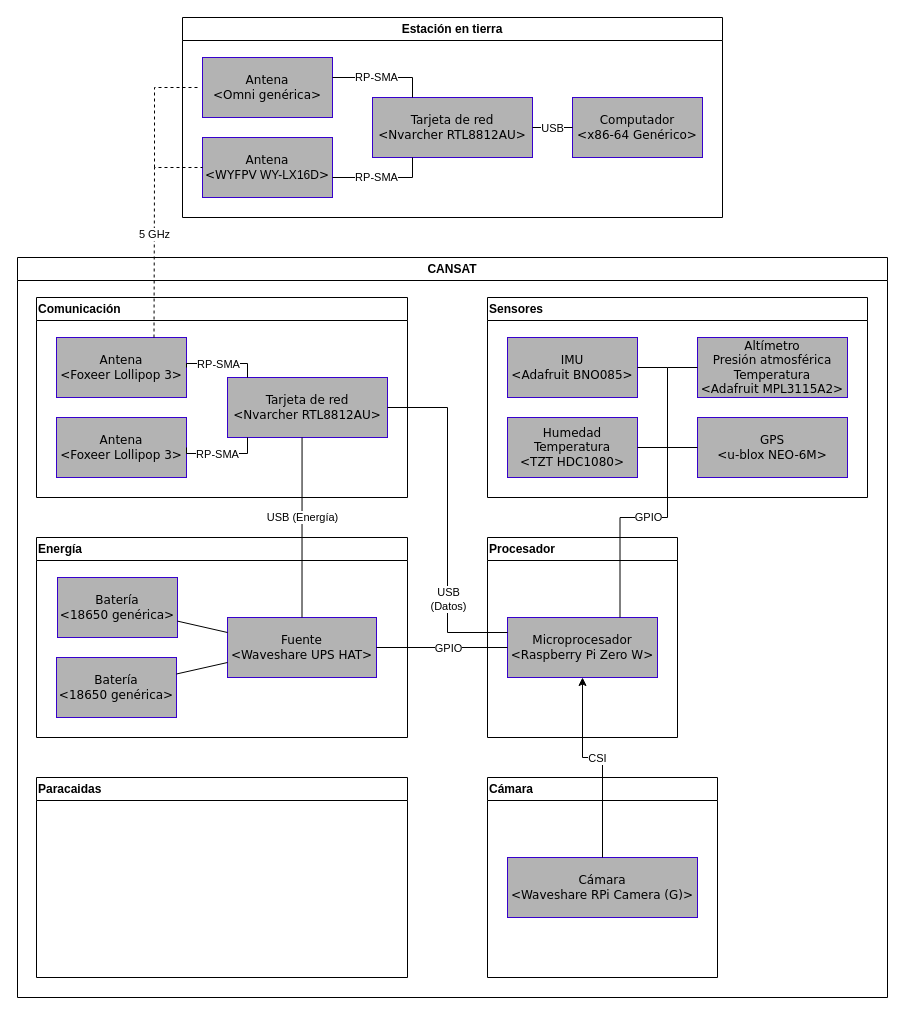
Before: diseño/rsc/hardware.drawio in gisat-udec/pillan, a draw.io diagram. Source tidied: cells renumbered, new cells numbered last; positions are measured from the earlier drawing's top-left corner, leaving out a move shared by most shapes. Both pictures are drawn from the tidied source at 100%, with x=0, y=0 at pixel (17, 17).
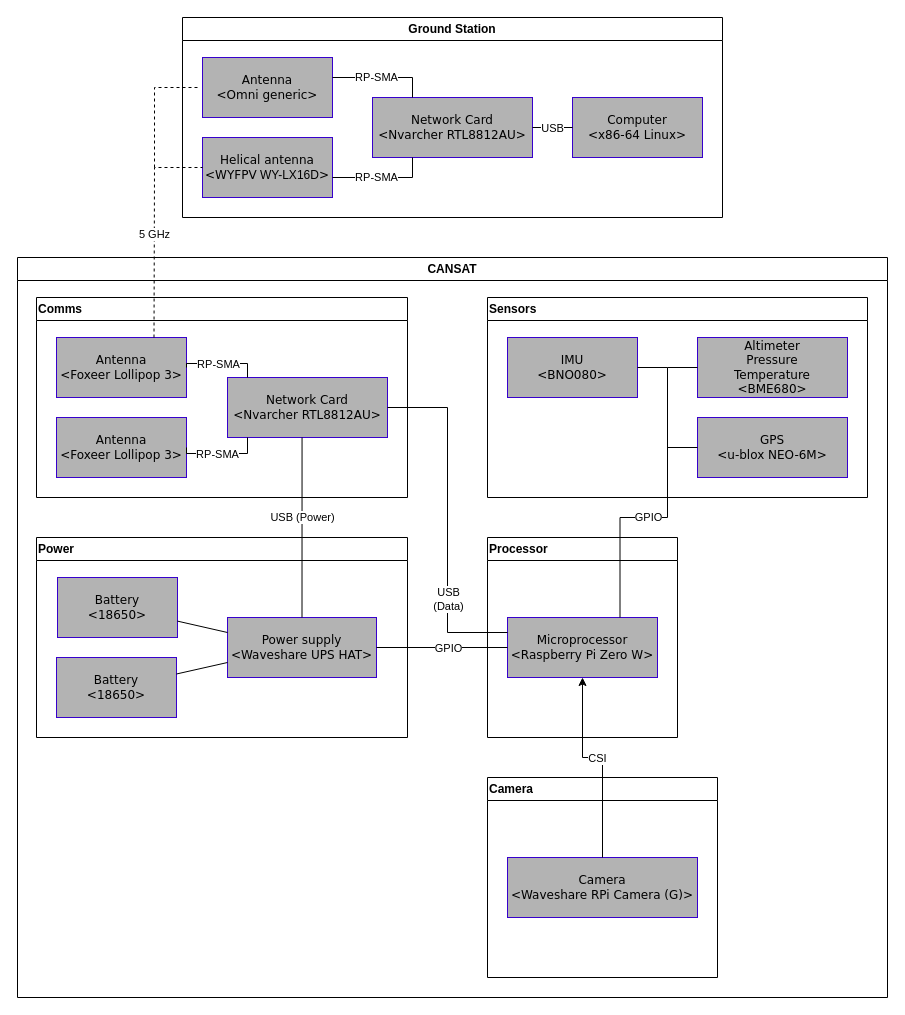
The same page after the edit.

The change refers to these unchanged cells:
```xml
<mxCell id="11" value="CANSAT" style="swimlane;whiteSpace=wrap;html=1;" parent="1" vertex="1">
  <mxGeometry y="240" width="870" height="740" as="geometry" />
</mxCell>
<mxCell id="31" style="endArrow=none;html=1;rounded=0;entryX=0;entryY=0.25;entryDx=0;entryDy=0;edgeStyle=elbowEdgeStyle;" parent="11" edge="1" source="24" target="30">
  <mxGeometry relative="1" as="geometry">
    <Array as="points">
      <mxPoint x="430" y="270" />
    </Array>
  </mxGeometry>
</mxCell>
<mxCell id="39" style="endArrow=none;html=1;rounded=0;entryX=0.466;entryY=1;entryDx=0;entryDy=0;entryPerimeter=0;" parent="11" edge="1" source="36" target="24">
  <mxGeometry relative="1" as="geometry" />
</mxCell>
```

What changed in the source:
```diff
@@
-    <mxCell id="2" value="Estación en tierra" style="swimlane;whiteSpace=wrap;html=1;" parent="1" vertex="1">
+    <mxCell id="2" value="Ground Station" style="swimlane;whiteSpace=wrap;html=1;" parent="1" vertex="1">
       <mxGeometry x="165" width="540" height="200" as="geometry" />
     </mxCell>
-    <mxCell id="3" value="&lt;font face=&quot;Verdana&quot;&gt;Computador&lt;br&gt;&amp;lt;x86-64&amp;nbsp;Genérico&amp;gt;&lt;br&gt;&lt;/font&gt;" style="rounded=0;whiteSpace=wrap;html=1;fillColor=#B3B3B3;fontColor=default;strokeColor=#3700CC;" parent="2" vertex="1">
+    <mxCell id="3" value="&lt;font face=&quot;Verdana&quot;&gt;Computer&lt;br&gt;&amp;lt;x86-64&amp;nbsp;Linux&amp;gt;&lt;br&gt;&lt;/font&gt;" style="rounded=0;whiteSpace=wrap;html=1;fillColor=#B3B3B3;fontColor=default;strokeColor=#3700CC;" parent="2" vertex="1">
       <mxGeometry x="390" y="80" width="130" height="60" as="geometry" />
     </mxCell>
-    <mxCell id="4" value="&lt;font face=&quot;Verdana&quot;&gt;Tarjeta de red&lt;br&gt;&amp;lt;Nvarcher RTL8812AU&amp;gt;&lt;/font&gt;" style="rounded=0;whiteSpace=wrap;html=1;fillColor=#B3B3B3;fontColor=default;strokeColor=#3700CC;" parent="2" vertex="1">
+    <mxCell id="4" value="&lt;font face=&quot;Verdana&quot;&gt;Network Card&lt;br&gt;&amp;lt;Nvarcher RTL8812AU&amp;gt;&lt;/font&gt;" style="rounded=0;whiteSpace=wrap;html=1;fillColor=#B3B3B3;fontColor=default;strokeColor=#3700CC;" parent="2" vertex="1">
       <mxGeometry x="190" y="80" width="160" height="60" as="geometry" />
     </mxCell>
-    <mxCell id="5" value="&lt;font face=&quot;Verdana&quot;&gt;Antena&lt;br&gt;&amp;lt;Omni genérica&amp;gt;&lt;br&gt;&lt;/font&gt;" style="rounded=0;whiteSpace=wrap;html=1;fillColor=#B3B3B3;fontColor=default;strokeColor=#3700CC;" parent="2" vertex="1">
+    <mxCell id="5" value="&lt;font face=&quot;Verdana&quot;&gt;Antenna&lt;br&gt;&amp;lt;Omni generic&amp;gt;&lt;br&gt;&lt;/font&gt;" style="rounded=0;whiteSpace=wrap;html=1;fillColor=#B3B3B3;fontColor=default;strokeColor=#3700CC;" parent="2" vertex="1">
       <mxGeometry x="20" y="40" width="130" height="60" as="geometry" />
     </mxCell>
-    <mxCell id="6" value="&lt;font face=&quot;Verdana&quot;&gt;Antena&lt;br&gt;&amp;lt;WYFPV&lt;/font&gt; WY-LX16D&lt;font face=&quot;Verdana&quot;&gt;&amp;gt;&lt;br&gt;&lt;/font&gt;" style="rounded=0;whiteSpace=wrap;html=1;fillColor=#B3B3B3;fontColor=default;strokeColor=#3700CC;" parent="2" vertex="1">
+    <mxCell id="6" value="&lt;font face=&quot;Verdana&quot;&gt;Helical antenna&lt;br&gt;&amp;lt;WYFPV&lt;/font&gt; WY-LX16D&lt;font face=&quot;Verdana&quot;&gt;&amp;gt;&lt;br&gt;&lt;/font&gt;" style="rounded=0;whiteSpace=wrap;html=1;fillColor=#B3B3B3;fontColor=default;strokeColor=#3700CC;" parent="2" vertex="1">
       <mxGeometry x="20" y="120" width="130" height="60" as="geometry" />
     </mxCell>
@@
-    <mxCell id="12" value="Sensores" style="swimlane;whiteSpace=wrap;html=1;align=left;" parent="11" vertex="1">
+    <mxCell id="12" value="Sensors" style="swimlane;whiteSpace=wrap;html=1;align=left;" parent="11" vertex="1">
       <mxGeometry x="470" y="40" width="380" height="200" as="geometry" />
     </mxCell>
-    <mxCell id="13" value="&lt;font face=&quot;Verdana&quot;&gt;IMU&lt;br&gt;&amp;lt;Adafruit BNO085&amp;gt;&lt;br&gt;&lt;/font&gt;" style="rounded=0;whiteSpace=wrap;html=1;fillColor=#B3B3B3;fontColor=default;strokeColor=#3700CC;" parent="12" vertex="1">
+    <mxCell id="13" value="&lt;font face=&quot;Verdana&quot;&gt;IMU&lt;br&gt;&amp;lt;BNO080&amp;gt;&lt;br&gt;&lt;/font&gt;" style="rounded=0;whiteSpace=wrap;html=1;fillColor=#B3B3B3;fontColor=default;strokeColor=#3700CC;" parent="12" vertex="1">
       <mxGeometry x="20" y="40" width="130" height="60" as="geometry" />
     </mxCell>
-    <mxCell id="14" value="&lt;font face=&quot;Verdana&quot;&gt;Humedad&lt;br&gt;Temperatura&lt;br&gt;&amp;lt;TZT HDC1080&amp;gt;&lt;br&gt;&lt;/font&gt;" style="rounded=0;whiteSpace=wrap;html=1;fillColor=#B3B3B3;fontColor=default;strokeColor=#3700CC;" parent="12" vertex="1">
-      <mxGeometry x="20" y="120" width="130" height="60" as="geometry" />
-    </mxCell>
-    <mxCell id="15" value="&lt;div style=&quot;&quot;&gt;&lt;span style=&quot;font-family: Verdana; background-color: initial;&quot;&gt;Altímetro&lt;/span&gt;&lt;/div&gt;&lt;font face=&quot;Verdana&quot;&gt;&lt;div style=&quot;&quot;&gt;&lt;span style=&quot;background-color: initial;&quot;&gt;Presión atmosférica&lt;/span&gt;&lt;/div&gt;&lt;div style=&quot;&quot;&gt;&lt;span style=&quot;background-color: initial;&quot;&gt;Temperatura&lt;/span&gt;&lt;/div&gt;&lt;div style=&quot;&quot;&gt;&amp;lt;Adafruit MPL3115A2&amp;gt;&lt;/div&gt;&lt;/font&gt;" style="rounded=0;whiteSpace=wrap;html=1;fillColor=#B3B3B3;fontColor=default;strokeColor=#3700CC;align=center;" parent="12" vertex="1">
+    <mxCell id="15" value="&lt;div style=&quot;&quot;&gt;&lt;font face=&quot;Verdana&quot;&gt;Altimeter&lt;/font&gt;&lt;/div&gt;&lt;div style=&quot;&quot;&gt;&lt;font face=&quot;Verdana&quot;&gt;Pressure&lt;/font&gt;&lt;/div&gt;&lt;div style=&quot;&quot;&gt;&lt;font face=&quot;Verdana&quot;&gt;Temperature&lt;/font&gt;&lt;/div&gt;&lt;font face=&quot;Verdana&quot;&gt;&lt;div style=&quot;&quot;&gt;&amp;lt;BME680&amp;gt;&lt;/div&gt;&lt;/font&gt;" style="rounded=0;whiteSpace=wrap;html=1;fillColor=#B3B3B3;fontColor=default;strokeColor=#3700CC;align=center;" parent="12" vertex="1">
       <mxGeometry x="210" y="40" width="150" height="60" as="geometry" />
     </mxCell>
@@
-    <mxCell id="17" style="endArrow=none;html=1;rounded=0;" parent="12" edge="1" source="14">
-      <mxGeometry relative="1" as="geometry">
-        <mxPoint x="180" y="150" as="targetPoint" />
-      </mxGeometry>
-    </mxCell>
@@
-    <mxCell id="21" value="Comunicación" style="swimlane;whiteSpace=wrap;html=1;align=left;" parent="11" vertex="1">
+    <mxCell id="21" value="Comms" style="swimlane;whiteSpace=wrap;html=1;align=left;" parent="11" vertex="1">
       <mxGeometry x="19" y="40" width="371" height="200" as="geometry" />
     </mxCell>
-    <mxCell id="22" value="&lt;font face=&quot;Verdana&quot;&gt;Antena&lt;br&gt;&amp;lt;Foxeer Lollipop 3&amp;gt;&lt;br&gt;&lt;/font&gt;" style="rounded=0;whiteSpace=wrap;html=1;fillColor=#B3B3B3;fontColor=default;strokeColor=#3700CC;" parent="21" vertex="1">
+    <mxCell id="22" value="&lt;font face=&quot;Verdana&quot;&gt;Antenna&lt;br&gt;&amp;lt;Foxeer Lollipop 3&amp;gt;&lt;br&gt;&lt;/font&gt;" style="rounded=0;whiteSpace=wrap;html=1;fillColor=#B3B3B3;fontColor=default;strokeColor=#3700CC;" parent="21" vertex="1">
       <mxGeometry x="20" y="40" width="130" height="60" as="geometry" />
     </mxCell>
-    <mxCell id="23" value="&lt;font face=&quot;Verdana&quot;&gt;Antena&lt;br&gt;&amp;lt;Foxeer Lollipop 3&amp;gt;&lt;br&gt;&lt;/font&gt;" style="rounded=0;whiteSpace=wrap;html=1;fillColor=#B3B3B3;fontColor=default;strokeColor=#3700CC;" parent="21" vertex="1">
+    <mxCell id="23" value="&lt;font face=&quot;Verdana&quot;&gt;Antenna&lt;br&gt;&amp;lt;Foxeer Lollipop 3&amp;gt;&lt;br&gt;&lt;/font&gt;" style="rounded=0;whiteSpace=wrap;html=1;fillColor=#B3B3B3;fontColor=default;strokeColor=#3700CC;" parent="21" vertex="1">
       <mxGeometry x="20" y="120" width="130" height="60" as="geometry" />
     </mxCell>
-    <mxCell id="24" value="&lt;font face=&quot;Verdana&quot;&gt;Tarjeta de red&lt;br&gt;&amp;lt;Nvarcher RTL8812AU&amp;gt;&lt;/font&gt;" style="rounded=0;whiteSpace=wrap;html=1;fillColor=#B3B3B3;fontColor=default;strokeColor=#3700CC;" parent="21" vertex="1">
+    <mxCell id="24" value="&lt;font face=&quot;Verdana&quot;&gt;Network Card&lt;br&gt;&amp;lt;Nvarcher RTL8812AU&amp;gt;&lt;/font&gt;" style="rounded=0;whiteSpace=wrap;html=1;fillColor=#B3B3B3;fontColor=default;strokeColor=#3700CC;" parent="21" vertex="1">
       <mxGeometry x="191" y="80" width="160" height="60" as="geometry" />
     </mxCell>
@@
-    <mxCell id="29" value="Procesador" style="swimlane;whiteSpace=wrap;html=1;align=left;" parent="11" vertex="1">
+    <mxCell id="29" value="Processor" style="swimlane;whiteSpace=wrap;html=1;align=left;" parent="11" vertex="1">
       <mxGeometry x="470" y="280" width="190" height="200" as="geometry" />
     </mxCell>
-    <mxCell id="30" value="&lt;font face=&quot;Verdana&quot;&gt;Microprocesador&lt;br&gt;&amp;lt;Raspberry Pi Zero W&amp;gt;&lt;br&gt;&lt;/font&gt;" style="rounded=0;whiteSpace=wrap;html=1;fillColor=#B3B3B3;fontColor=default;strokeColor=#3700CC;" parent="29" vertex="1">
+    <mxCell id="30" value="&lt;font face=&quot;Verdana&quot;&gt;Microprocessor&lt;br&gt;&amp;lt;Raspberry Pi Zero W&amp;gt;&lt;br&gt;&lt;/font&gt;" style="rounded=0;whiteSpace=wrap;html=1;fillColor=#B3B3B3;fontColor=default;strokeColor=#3700CC;" parent="29" vertex="1">
       <mxGeometry x="20" y="80" width="150" height="60" as="geometry" />
     </mxCell>
@@
-    <mxCell id="32" value="USB&lt;br&gt;(Datos)" style="edgeLabel;html=1;align=center;verticalAlign=middle;" parent="31" vertex="1">
+    <mxCell id="32" value="USB&lt;br&gt;(Data)" style="edgeLabel;html=1;align=center;verticalAlign=middle;" parent="31" vertex="1">
       <mxGeometry x="0.29" relative="1" as="geometry">
         <mxPoint y="28" as="offset" />
       </mxGeometry>
     </mxCell>
-    <mxCell id="33" value="Energía" style="swimlane;whiteSpace=wrap;html=1;startSize=23;align=left;" parent="11" vertex="1">
+    <mxCell id="33" value="Power" style="swimlane;whiteSpace=wrap;html=1;startSize=23;align=left;" parent="11" vertex="1">
       <mxGeometry x="19" y="280" width="371" height="200" as="geometry" />
     </mxCell>
-    <mxCell id="34" value="&lt;font face=&quot;Verdana&quot;&gt;Batería&lt;br&gt;&amp;lt;18650 genérica&amp;gt;&lt;br&gt;&lt;/font&gt;" style="rounded=0;whiteSpace=wrap;html=1;fillColor=#B3B3B3;fontColor=default;strokeColor=#3700CC;" parent="33" vertex="1">
+    <mxCell id="34" value="&lt;font face=&quot;Verdana&quot;&gt;Battery&lt;br&gt;&amp;lt;18650&amp;gt;&lt;br&gt;&lt;/font&gt;" style="rounded=0;whiteSpace=wrap;html=1;fillColor=#B3B3B3;fontColor=default;strokeColor=#3700CC;" parent="33" vertex="1">
       <mxGeometry x="21" y="40" width="120" height="60" as="geometry" />
     </mxCell>
-    <mxCell id="35" value="&lt;font face=&quot;Verdana&quot;&gt;Batería&lt;br&gt;&amp;lt;18650 genérica&amp;gt;&lt;br&gt;&lt;/font&gt;" style="rounded=0;whiteSpace=wrap;html=1;fillColor=#B3B3B3;fontColor=default;strokeColor=#3700CC;" parent="33" vertex="1">
+    <mxCell id="35" value="&lt;font face=&quot;Verdana&quot;&gt;Battery&lt;br&gt;&amp;lt;18650&amp;gt;&lt;br&gt;&lt;/font&gt;" style="rounded=0;whiteSpace=wrap;html=1;fillColor=#B3B3B3;fontColor=default;strokeColor=#3700CC;" parent="33" vertex="1">
       <mxGeometry x="20" y="120" width="120" height="60" as="geometry" />
     </mxCell>
-    <mxCell id="36" value="&lt;font face=&quot;Verdana&quot;&gt;Fuente&lt;br&gt;&amp;lt;Waveshare UPS HAT&amp;gt;&lt;br&gt;&lt;/font&gt;" style="rounded=0;whiteSpace=wrap;html=1;fillColor=#B3B3B3;fontColor=default;strokeColor=#3700CC;" parent="33" vertex="1">
+    <mxCell id="36" value="&lt;font face=&quot;Verdana&quot;&gt;Power supply&lt;br&gt;&amp;lt;Waveshare UPS HAT&amp;gt;&lt;br&gt;&lt;/font&gt;" style="rounded=0;whiteSpace=wrap;html=1;fillColor=#B3B3B3;fontColor=default;strokeColor=#3700CC;" parent="33" vertex="1">
       <mxGeometry x="191" y="80" width="149" height="60" as="geometry" />
     </mxCell>
@@
-    <mxCell id="40" value="USB (Energía)" style="edgeLabel;html=1;align=center;verticalAlign=middle;" parent="39" vertex="1">
+    <mxCell id="40" value="USB (Power)" style="edgeLabel;html=1;align=center;verticalAlign=middle;" parent="39" vertex="1">
       <mxGeometry x="0.13" y="1" relative="1" as="geometry">
         <mxPoint x="1" y="2" as="offset" />
       </mxGeometry>
     </mxCell>
@@
-    <mxCell id="45" value="Paracaidas" style="swimlane;whiteSpace=wrap;html=1;align=left;" parent="11" vertex="1">
-      <mxGeometry x="19" y="520" width="371" height="200" as="geometry" />
-    </mxCell>
-    <mxCell id="46" value="Cámara" style="swimlane;whiteSpace=wrap;html=1;startSize=23;align=left;" parent="11" vertex="1">
+    <mxCell id="46" value="Camera" style="swimlane;whiteSpace=wrap;html=1;startSize=23;align=left;" parent="11" vertex="1">
       <mxGeometry x="470" y="520" width="230" height="200" as="geometry" />
     </mxCell>
-    <mxCell id="47" value="&lt;font face=&quot;Verdana&quot;&gt;Cámara&lt;br&gt;&amp;lt;Waveshare RPi Camera (G)&amp;gt;&lt;br&gt;&lt;/font&gt;" style="rounded=0;whiteSpace=wrap;html=1;fillColor=#B3B3B3;fontColor=default;strokeColor=#3700CC;" parent="46" vertex="1">
+    <mxCell id="47" value="&lt;font face=&quot;Verdana&quot;&gt;Camera&lt;br&gt;&amp;lt;Waveshare RPi Camera (G)&amp;gt;&lt;br&gt;&lt;/font&gt;" style="rounded=0;whiteSpace=wrap;html=1;fillColor=#B3B3B3;fontColor=default;strokeColor=#3700CC;" parent="46" vertex="1">
       <mxGeometry x="20" y="80" width="190" height="60" as="geometry" />
     </mxCell>
```
